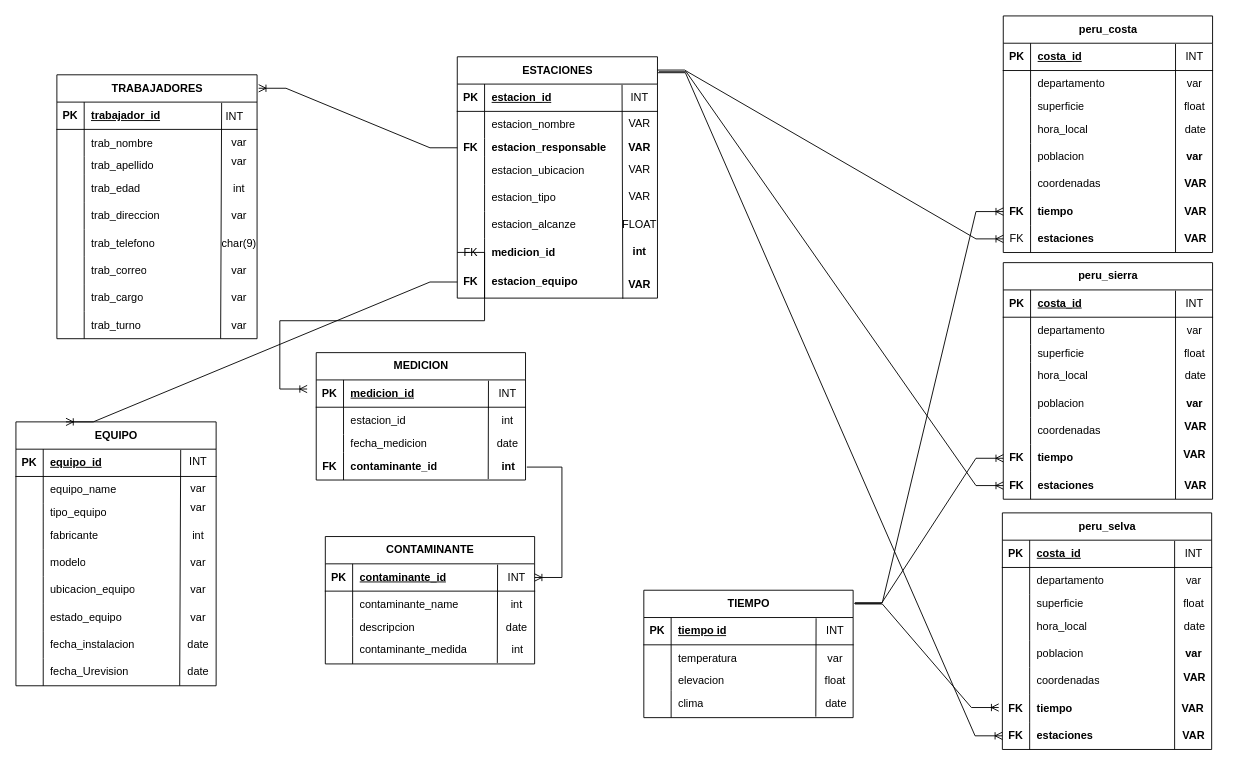
Earlier version of the draw.io diagram Diagrama sin título.drawio (Sam282004/DB-CARRION). Source tidied: cells renumbered, new cells numbered last; positions are measured from the earlier drawing's top-left corner, leaving out a move shared by most shapes. Both pictures are drawn from the tidied source at 91%, with x=0, y=0 at pixel (15, 15).
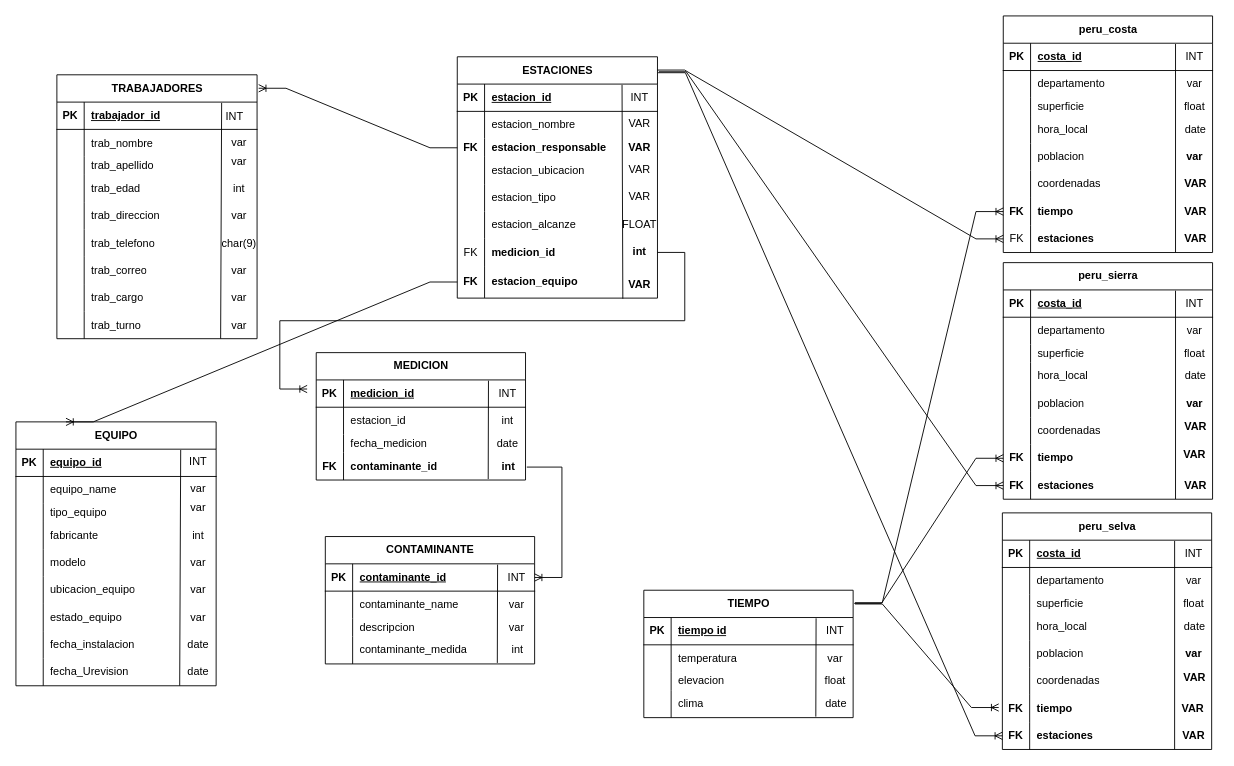
After the change.

Unchanged cells that the change refers to:
```xml
<mxCell id="21" style="shape=tableRow;horizontal=0;startSize=0;swimlaneHead=0;swimlaneBody=0;fillColor=none;points=[[0,0.5],[1,0.5]];portConstraint=eastwest;top=0;left=0;right=0;bottom=0;" parent="2" vertex="1">
  <mxGeometry y="200" width="220" height="30" as="geometry" />
</mxCell>
```

Diff of the diagram source:
```diff
@@
-    <mxCell id="271" value="int" style="text;html=1;align=center;verticalAlign=middle;strokeColor=none;fillColor=none;" parent="1" vertex="1">
+    <mxCell id="271" value="var" style="text;html=1;align=center;verticalAlign=middle;strokeColor=none;fillColor=none;" parent="1" vertex="1">
       <mxGeometry x="530" y="632.1" width="40" height="30" as="geometry" />
     </mxCell>
-    <mxCell id="272" value="date" style="text;html=1;align=center;verticalAlign=middle;strokeColor=none;fillColor=none;" parent="1" vertex="1">
-      <mxGeometry x="525" y="657.1" width="50" height="30" as="geometry" />
+    <mxCell id="272" value="var" style="text;html=1;align=center;verticalAlign=middle;strokeColor=none;fillColor=none;" parent="1" vertex="1">
+      <mxGeometry x="530" y="657.1" width="40" height="30" as="geometry" />
     </mxCell>
@@
-    <mxCell id="277" style="edgeStyle=entityRelationEdgeStyle;fontSize=12;html=1;endArrow=ERoneToMany;rounded=0;exitX=0;exitY=0.5;exitDx=0;exitDy=0;" parent="1" edge="1" source="21">
+    <mxCell id="277" style="edgeStyle=entityRelationEdgeStyle;fontSize=12;html=1;endArrow=ERoneToMany;rounded=0;" parent="1" edge="1" source="21">
       <mxGeometry relative="1" as="geometry">
         <mxPoint x="320" y="410" as="targetPoint" />
       </mxGeometry>
     </mxCell>
```
